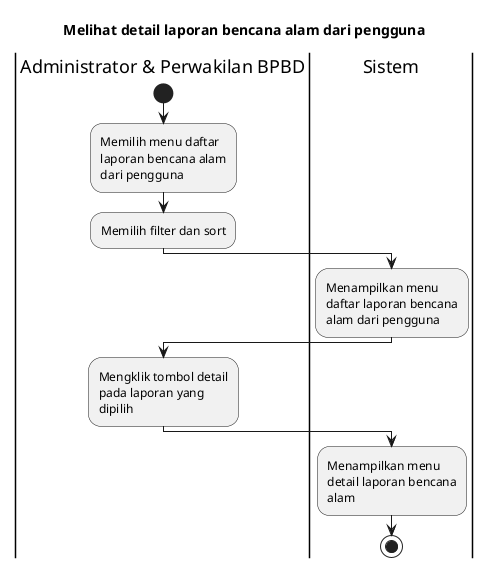
Earlier version of the PlantUML export export/Activity Diagrams/UC-MGDISASTER - Manajemen Data Bencana/UC-MGDISASTER-002 - Melihat detail laporan bencana alam dari pengguna.png (bagusNA/appl-diagrams).
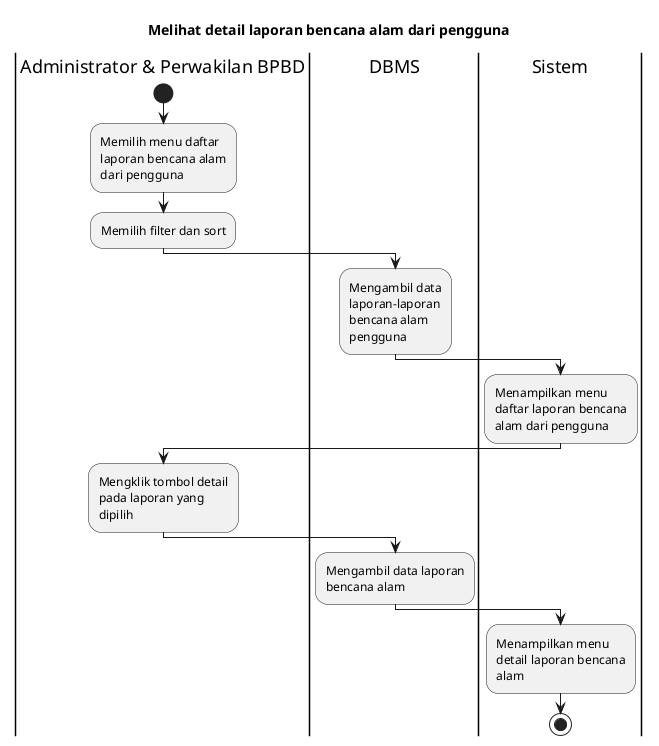
Later version of the same file.

What changed in the source:
```diff
@@ -8,12 +8,18 @@
 :Memilih menu daftar laporan bencana alam dari pengguna;
 :Memilih filter dan sort;
 
+|DBMS|
+:Mengambil data laporan-laporan bencana alam pengguna;
+
 |Sistem|
 :Menampilkan menu daftar laporan bencana alam dari pengguna;
 
 |Administrator & Perwakilan BPBD|
 :Mengklik tombol detail pada laporan yang dipilih;
 
+|DBMS|
+:Mengambil data laporan bencana alam;
+
 |Sistem|
 :Menampilkan menu detail laporan bencana alam;
 
```
